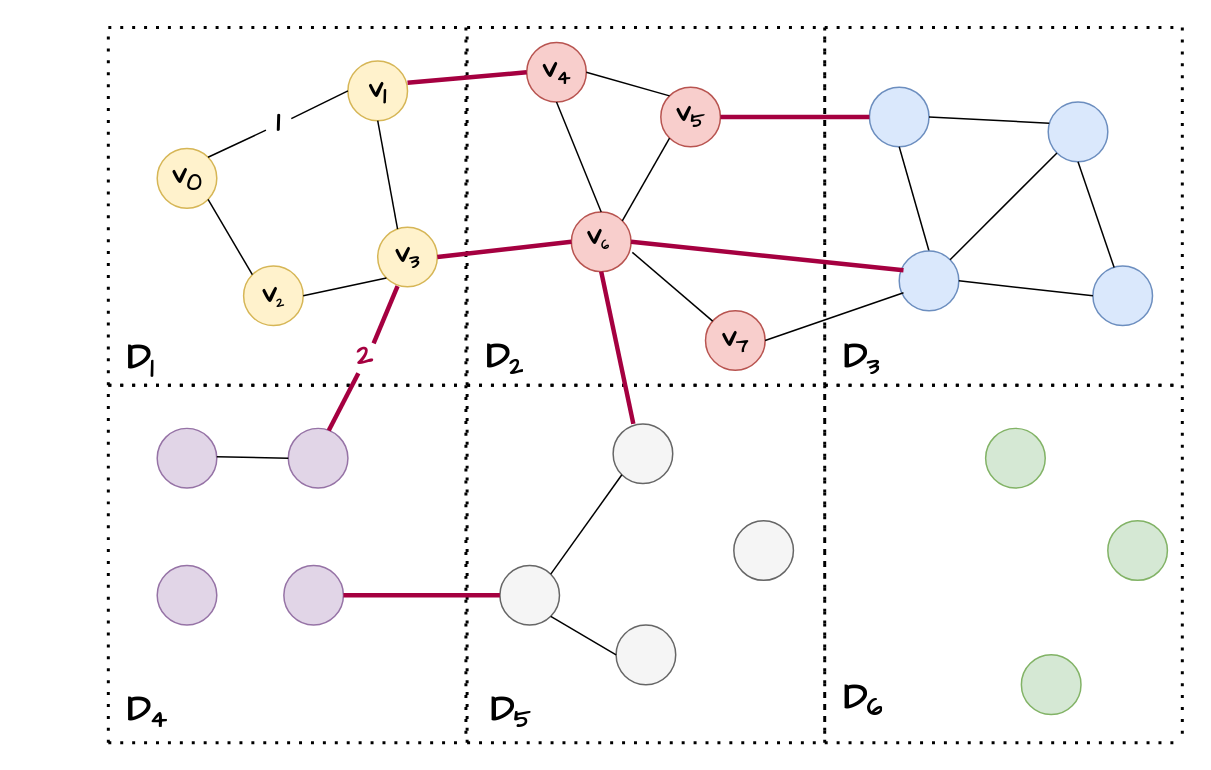
Earlier version of the draw.io diagram 未命名绘图.drawio (coldbubbletea/World-of-Warcraft--Non-graphical-interface-CPP-game). Source tidied: cells renumbered, new cells numbered last; positions are measured from the earlier drawing's top-left corner, leaving out a move shared by most shapes. Both pictures are drawn from the tidied source at 149%, with x=0, y=0 at pixel (107, 27).
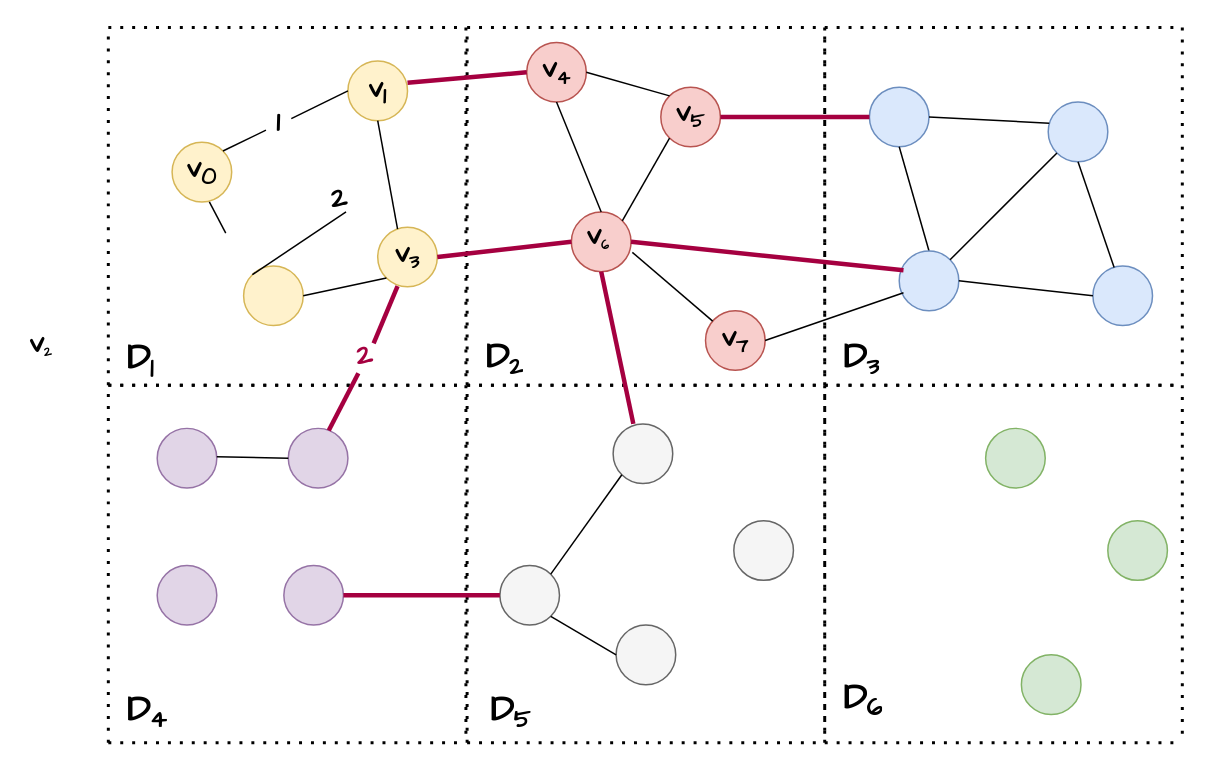
Above is the later version.

Commit message (it also covers changes not shown here):
更新未命名绘图.drawio

Unchanged cells that the change refers to:
```xml
<mxCell id="2" style="ellipse;whiteSpace=wrap;html=1;fillColor=#fff2cc;strokeColor=#d6b656;" parent="1" vertex="1">
  <mxGeometry x="91" y="160" width="40" height="40" as="geometry" />
</mxCell>
```

What changed in the source:
```diff
@@
     <mxCell id="48" style="ellipse;whiteSpace=wrap;html=1;fillColor=#fff2cc;strokeColor=#d6b656;" parent="1" vertex="1">
-      <mxGeometry x="33" y="81.2" width="40" height="40" as="geometry" />
+      <mxGeometry x="43" y="77" width="40" height="40" as="geometry" />
     </mxCell>
@@
-    <mxCell id="51" style="endArrow=none;html=1;rounded=0;exitX=0;exitY=0;exitDx=0;exitDy=0;entryX=1;entryY=1;entryDx=0;entryDy=0;" parent="1" edge="1" source="2" target="48">
-      <mxGeometry relative="1" as="geometry" />
+    <mxCell id="51" style="endArrow=none;html=1;rounded=0;entryX=0.625;entryY=1;entryDx=0;entryDy=0;entryPerimeter=0;" parent="1" edge="1" target="48">
+      <mxGeometry relative="1" as="geometry">
+        <mxPoint x="79" y="138" as="sourcePoint" />
+      </mxGeometry>
     </mxCell>
@@
     <mxCell id="53" value="&lt;h2 style=&quot;font-size: 19px;&quot;&gt;&lt;font face=&quot;comic sans ms&quot; style=&quot;font-size: 19px;&quot;&gt;v&lt;sub&gt;0&lt;/sub&gt;&lt;/font&gt;&lt;/h2&gt;" style="text;html=1;strokeColor=none;fillColor=none;align=center;verticalAlign=middle;whiteSpace=wrap;rounded=0;" parent="1" vertex="1">
-      <mxGeometry x="43" y="92.5" width="20" height="17.5" as="geometry" />
+      <mxGeometry x="53" y="88.2" width="20" height="17.5" as="geometry" />
     </mxCell>
     <mxCell id="54" value="&lt;h2 style=&quot;&quot;&gt;&lt;font face=&quot;Comic Sans MS&quot;&gt;&lt;font style=&quot;font-size: 19px;&quot;&gt;v&lt;/font&gt;&lt;font style=&quot;font-size: 10.9953px;&quot;&gt;&lt;sub style=&quot;&quot;&gt;2&lt;/sub&gt;&lt;/font&gt;&lt;/font&gt;&lt;/h2&gt;" style="text;html=1;strokeColor=none;fillColor=none;align=center;verticalAlign=middle;whiteSpace=wrap;rounded=0;" parent="1" vertex="1">
-      <mxGeometry x="101" y="171.2" width="20" height="17.5" as="geometry" />
+      <mxGeometry x="-55" y="204" width="20" height="17.5" as="geometry" />
     </mxCell>
@@
+    <mxCell id="91" value="&lt;font size=&quot;1&quot; face=&quot;Comic Sans MS&quot;&gt;&lt;b style=&quot;font-size: 19px;&quot;&gt;2&lt;/b&gt;&lt;/font&gt;" style="text;html=1;strokeColor=none;fillColor=none;align=center;verticalAlign=middle;whiteSpace=wrap;rounded=0;" parent="1" vertex="1">
+      <mxGeometry x="147" y="109.2" width="17" height="14.5" as="geometry" />
+    </mxCell>
+    <mxCell id="92" style="endArrow=none;html=1;rounded=0;exitX=0.75;exitY=1;exitDx=0;exitDy=0;entryX=0;entryY=0;entryDx=0;entryDy=0;" parent="1" edge="1" source="91" target="2">
+      <mxGeometry relative="1" as="geometry" />
+    </mxCell>
```
